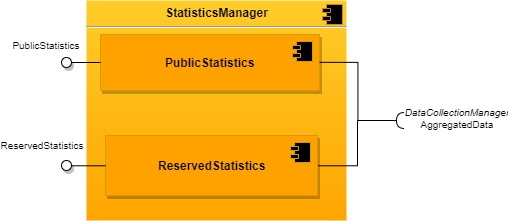
This is DD/img/StatisticsManager.png from SimoneSartoni/SoftwareEngineering2, a draw.io export, as it was before one commit. Source tidied: cells renumbered, new cells last; positions are measured from the earlier drawing's top-left corner, leaving out a move shared by most shapes.
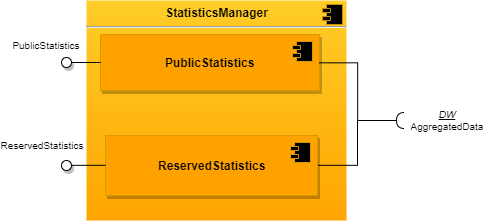
Above is the later version.

Diff of the diagram source:
```diff
@@ -66,8 +66,8 @@
     <mxCell id="16" style="shape=requiredInterface;html=1;verticalLabelPosition=bottom;rounded=0;shadow=0;glass=0;comic=0;strokeColor=#000000;fillColor=#ffffff;gradientColor=none;fontSize=10;direction=west;" parent="1" vertex="1">
       <mxGeometry x="375" y="112" width="8" height="16" as="geometry" />
     </mxCell>
-    <mxCell id="17" value="&lt;i&gt;DataCollectionManager&lt;/i&gt;&lt;br&gt;AggregatedData" style="text;html=1;strokeColor=none;fillColor=none;align=center;verticalAlign=middle;whiteSpace=wrap;rounded=0;shadow=1;glass=0;comic=0;fontSize=10;" parent="1" vertex="1">
-      <mxGeometry x="415" y="108" width="40" height="20" as="geometry" />
+    <mxCell id="17" value="&lt;i&gt;&lt;u&gt;DW&lt;/u&gt;&lt;/i&gt;&lt;br&gt;AggregatedData" style="text;html=1;strokeColor=none;fillColor=none;align=center;verticalAlign=middle;whiteSpace=wrap;rounded=0;shadow=1;glass=0;comic=0;fontSize=10;" parent="1" vertex="1">
+      <mxGeometry x="405" y="110" width="40" height="20" as="geometry" />
     </mxCell>
   </root>
 </mxGraphModel>
```
